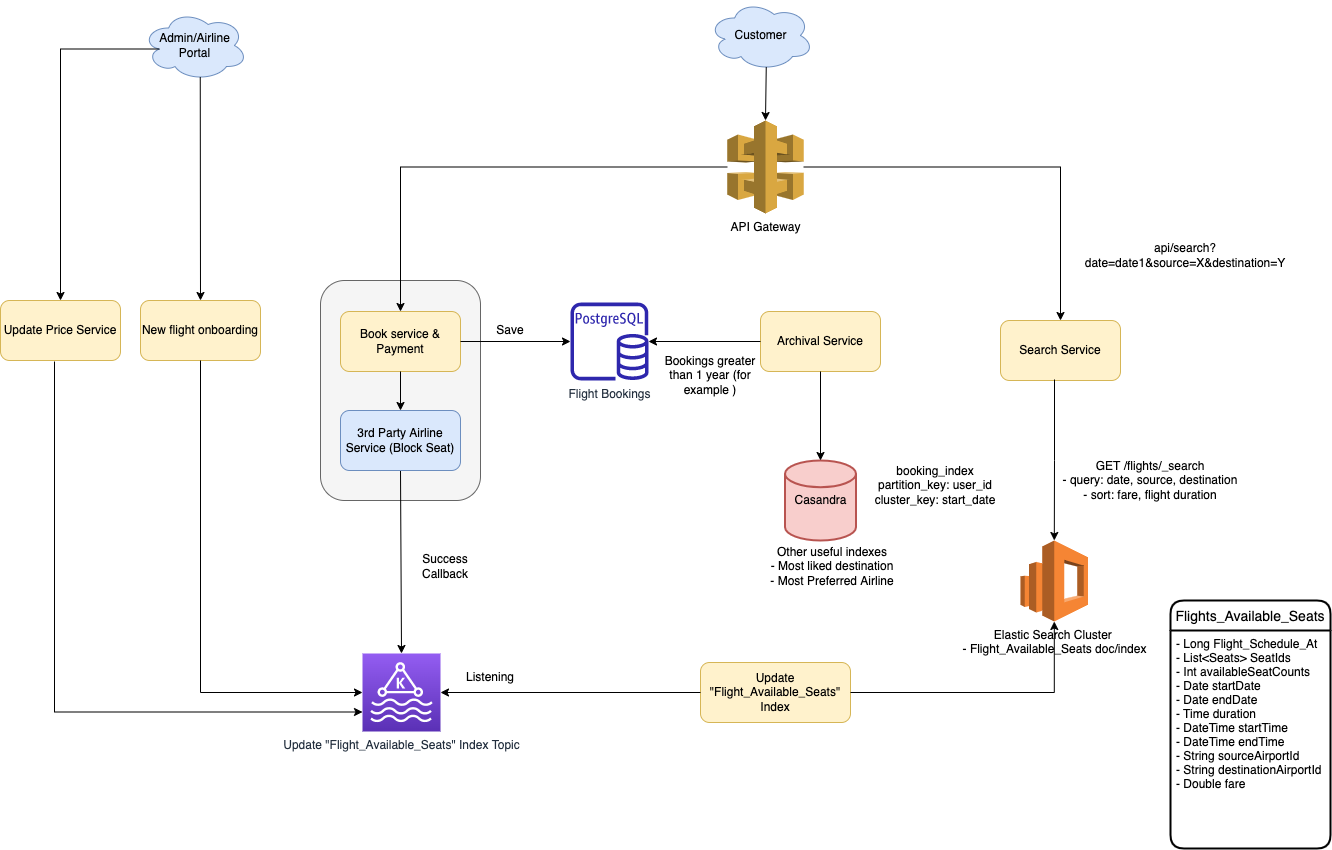
Earlier version of the draw.io export src/3_HLDDesignProblems/FlightBookingSearch/MakeMyTripFlightSearch.drawio.png (Anshul619/HLD-System-Designs). Source tidied: cells renumbered, new cells last; positions are measured from the earlier drawing's top-left corner, leaving out a move shared by most shapes.
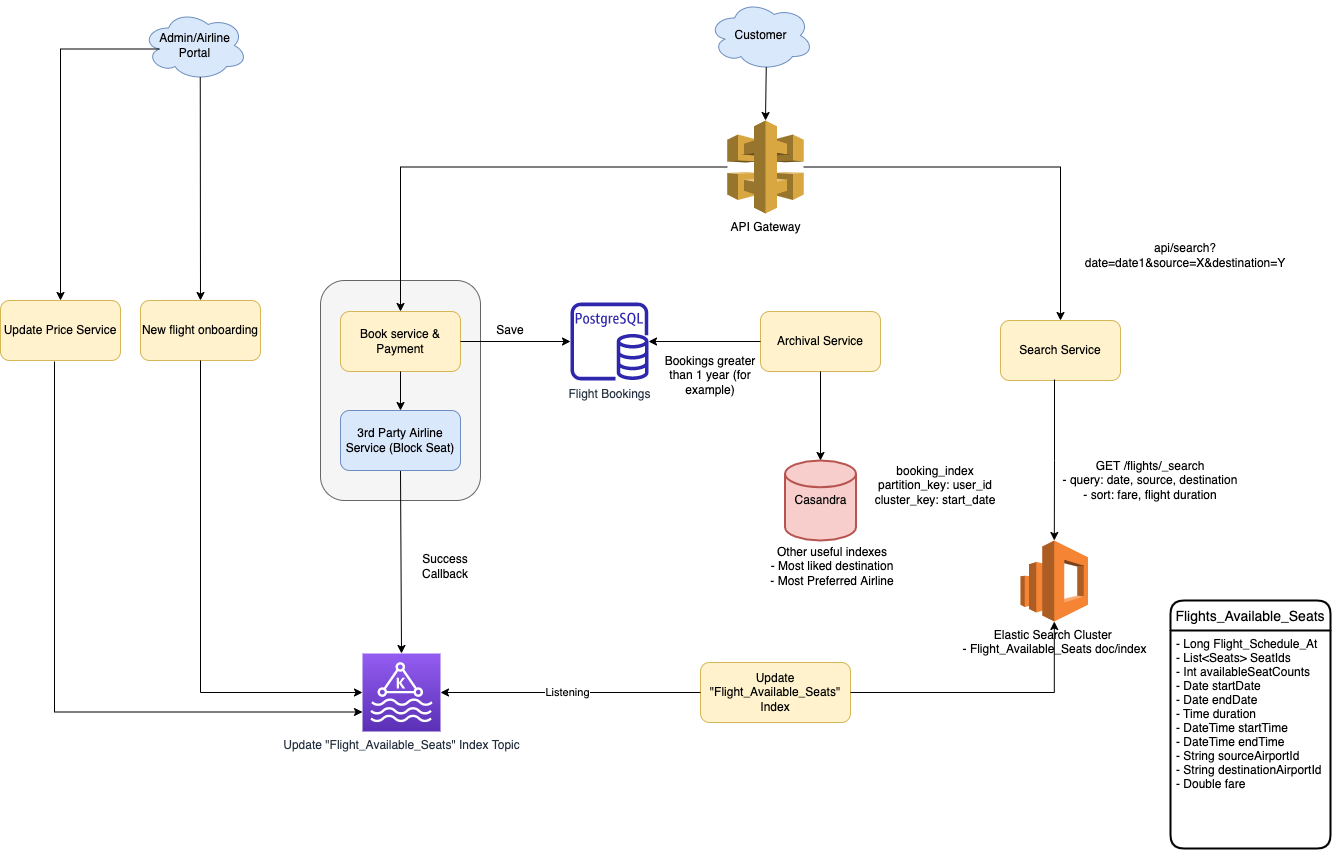
The same file after the commit.

What changed in the source:
```diff
@@ -38,8 +38,8 @@
     <mxCell id="13" style="endArrow=classic;html=1;rounded=0;exitX=0;exitY=0.5;exitDx=0;exitDy=0;entryX=1;entryY=0.5;entryDx=0;entryDy=0;entryPerimeter=0;" parent="1" edge="1" source="12" target="10">
       <mxGeometry relative="1" as="geometry" />
     </mxCell>
-    <mxCell id="14" value="Listening" style="text;html=1;strokeColor=none;fillColor=none;align=center;verticalAlign=middle;whiteSpace=wrap;rounded=0;" parent="1" vertex="1">
-      <mxGeometry x="460" y="662" width="60" height="30" as="geometry" />
+    <mxCell id="14" value="Listening" style="edgeLabel;html=1;align=center;verticalAlign=middle;" parent="13" vertex="1">
+      <mxGeometry x="0.03" y="-1" relative="1" as="geometry" />
     </mxCell>
     <mxCell id="15" style="endArrow=classic;html=1;rounded=0;exitX=1;exitY=0.5;exitDx=0;exitDy=0;edgeStyle=orthogonalEdgeStyle;" parent="1" edge="1" source="12" target="6">
       <mxGeometry relative="1" as="geometry" />
@@ -116,7 +116,7 @@
     <mxCell id="39" style="endArrow=classic;html=1;rounded=0;exitX=0.5;exitY=1;exitDx=0;exitDy=0;entryX=0.5;entryY=0;entryDx=0;entryDy=0;entryPerimeter=0;" parent="1" edge="1" source="36" target="35">
       <mxGeometry relative="1" as="geometry" />
     </mxCell>
-    <mxCell id="40" value="Bookings greater than 1 year (for example )" style="text;html=1;strokeColor=none;fillColor=none;align=center;verticalAlign=middle;whiteSpace=wrap;rounded=0;" parent="1" vertex="1">
+    <mxCell id="40" value="Bookings greater than 1 year (for example)" style="text;html=1;strokeColor=none;fillColor=none;align=center;verticalAlign=middle;whiteSpace=wrap;rounded=0;" parent="1" vertex="1">
       <mxGeometry x="660" y="360" width="100" height="30" as="geometry" />
     </mxCell>
     <mxCell id="41" value="&lt;div&gt;Other useful indexes&lt;/div&gt;&lt;div&gt;- Most liked destination&lt;/div&gt;&lt;div&gt;- Most Preferred Airline&lt;br&gt;&lt;/div&gt;" style="text;html=1;strokeColor=none;fillColor=none;align=center;verticalAlign=middle;whiteSpace=wrap;rounded=0;" parent="1" vertex="1">
```
